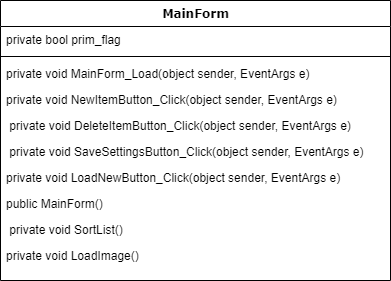
The draw.io diagram Images/System design/Class.png in brigada-popov-syomin-bogdanova/trtpo_lab, before a commit. Source tidied: cells renumbered, new cells last; positions are measured from the earlier drawing's top-left corner, leaving out a move shared by most shapes. Source of this version:
```xml
<mxGraphModel background="#ffffff">
  <root>
    <mxCell id="0" />
    <mxCell id="1" parent="0" />
    <mxCell id="2" value="MainForm" style="swimlane;html=1;fontStyle=1;align=center;verticalAlign=top;horizontal=1;startSize=26;swimlaneFillColor=#ffffff;rounded=0;shadow=0;comic=0;labelBackgroundColor=none;strokeWidth=1;fillColor=none;fontFamily=Verdana;fontSize=12;" parent="1" vertex="1">
      <mxGeometry width="390" height="280" as="geometry" />
    </mxCell>
    <mxCell id="3" value="private bool prim_flag" style="text;html=1;strokeColor=none;fillColor=none;align=left;verticalAlign=top;spacingLeft=4;spacingRight=4;whiteSpace=wrap;overflow=hidden;" parent="2" vertex="1">
      <mxGeometry y="26" width="390" height="26" as="geometry" />
    </mxCell>
    <mxCell id="4" style="line;html=1;strokeWidth=1;fillColor=none;align=left;verticalAlign=middle;spacingTop=-1;spacingLeft=3;spacingRight=3;labelPosition=right;" parent="2" vertex="1">
      <mxGeometry y="52" width="390" height="8" as="geometry" />
    </mxCell>
    <mxCell id="5" value="private void MainForm_Load(object sender, EventArgs e)" style="text;html=1;strokeColor=none;fillColor=none;align=left;verticalAlign=top;spacingLeft=4;spacingRight=4;whiteSpace=wrap;overflow=hidden;" parent="2" vertex="1">
      <mxGeometry y="60" width="390" height="26" as="geometry" />
    </mxCell>
    <mxCell id="6" value="private void NewItemButton_Click(object sender, EventArgs e)" style="text;html=1;strokeColor=none;fillColor=none;align=left;verticalAlign=top;spacingLeft=4;spacingRight=4;whiteSpace=wrap;overflow=hidden;" parent="2" vertex="1">
      <mxGeometry y="86" width="390" height="26" as="geometry" />
    </mxCell>
    <mxCell id="7" value="&amp;nbsp;private void DeleteItemButton_Click(object sender, EventArgs e)" style="text;html=1;strokeColor=none;fillColor=none;align=left;verticalAlign=top;spacingLeft=4;spacingRight=4;whiteSpace=wrap;overflow=hidden;" parent="2" vertex="1">
      <mxGeometry y="112" width="390" height="26" as="geometry" />
    </mxCell>
    <mxCell id="8" value="&amp;nbsp;private void SaveSettingsButton_Click(object sender, EventArgs e)" style="text;html=1;strokeColor=none;fillColor=none;align=left;verticalAlign=top;spacingLeft=4;spacingRight=4;whiteSpace=wrap;overflow=hidden;" parent="2" vertex="1">
      <mxGeometry y="138" width="390" height="26" as="geometry" />
    </mxCell>
    <mxCell id="9" value="private void LoadNewButton_Click(object sender, EventArgs e)" style="text;html=1;strokeColor=none;fillColor=none;align=left;verticalAlign=top;spacingLeft=4;spacingRight=4;whiteSpace=wrap;overflow=hidden;" parent="2" vertex="1">
      <mxGeometry y="164" width="390" height="26" as="geometry" />
    </mxCell>
    <mxCell id="10" value="public MainForm()" style="text;html=1;strokeColor=none;fillColor=none;align=left;verticalAlign=top;spacingLeft=4;spacingRight=4;whiteSpace=wrap;overflow=hidden;" parent="2" vertex="1">
      <mxGeometry y="190" width="390" height="26" as="geometry" />
    </mxCell>
    <mxCell id="11" value="&amp;nbsp;private void SortList()" style="text;html=1;strokeColor=none;fillColor=none;align=left;verticalAlign=top;spacingLeft=4;spacingRight=4;whiteSpace=wrap;overflow=hidden;" parent="2" vertex="1">
      <mxGeometry y="216" width="390" height="26" as="geometry" />
    </mxCell>
    <mxCell id="12" value="private void LoadImage()" style="text;html=1;strokeColor=none;fillColor=none;align=left;verticalAlign=top;spacingLeft=4;spacingRight=4;whiteSpace=wrap;overflow=hidden;" parent="2" vertex="1">
      <mxGeometry y="242" width="390" height="26" as="geometry" />
    </mxCell>
  </root>
</mxGraphModel>
```
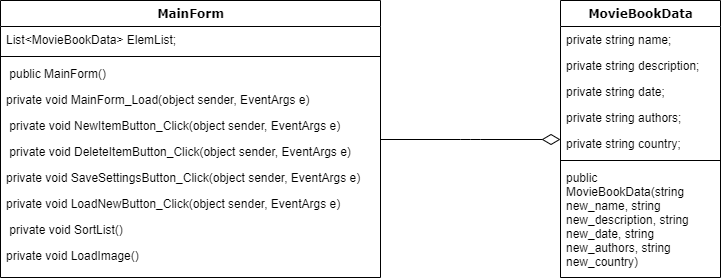
After the commit.

Commit message:
Update Class diagram

The edit, as a diff of the source:
```diff
@@ -3,37 +3,64 @@
     <mxCell id="0" />
     <mxCell id="1" parent="0" />
     <mxCell id="2" value="MainForm" style="swimlane;html=1;fontStyle=1;align=center;verticalAlign=top;horizontal=1;startSize=26;swimlaneFillColor=#ffffff;rounded=0;shadow=0;comic=0;labelBackgroundColor=none;strokeWidth=1;fillColor=none;fontFamily=Verdana;fontSize=12;" parent="1" vertex="1">
-      <mxGeometry width="390" height="280" as="geometry" />
+      <mxGeometry width="380" height="277" as="geometry" />
     </mxCell>
-    <mxCell id="3" value="private bool prim_flag" style="text;html=1;strokeColor=none;fillColor=none;align=left;verticalAlign=top;spacingLeft=4;spacingRight=4;whiteSpace=wrap;overflow=hidden;" parent="2" vertex="1">
-      <mxGeometry y="26" width="390" height="26" as="geometry" />
-    </mxCell>
+    <mxCell id="13" value="List&amp;lt;MovieBookData&amp;gt; ElemList;" style="text;html=1;strokeColor=none;fillColor=none;align=left;verticalAlign=top;spacingLeft=4;spacingRight=4;whiteSpace=wrap;overflow=hidden;" parent="2" vertex="1">
+      <mxGeometry y="26" width="380" height="26" as="geometry" />
+    </mxCell>
     <mxCell id="4" style="line;html=1;strokeWidth=1;fillColor=none;align=left;verticalAlign=middle;spacingTop=-1;spacingLeft=3;spacingRight=3;labelPosition=right;" parent="2" vertex="1">
-      <mxGeometry y="52" width="390" height="8" as="geometry" />
+      <mxGeometry y="52" width="380" height="8" as="geometry" />
     </mxCell>
-    <mxCell id="5" value="private void MainForm_Load(object sender, EventArgs e)" style="text;html=1;strokeColor=none;fillColor=none;align=left;verticalAlign=top;spacingLeft=4;spacingRight=4;whiteSpace=wrap;overflow=hidden;" parent="2" vertex="1">
-      <mxGeometry y="60" width="390" height="26" as="geometry" />
+    <mxCell id="5" value="&amp;nbsp;public MainForm()" style="text;html=1;strokeColor=none;fillColor=none;align=left;verticalAlign=top;spacingLeft=4;spacingRight=4;whiteSpace=wrap;overflow=hidden;" parent="2" vertex="1">
+      <mxGeometry y="60" width="380" height="26" as="geometry" />
     </mxCell>
-    <mxCell id="6" value="private void NewItemButton_Click(object sender, EventArgs e)" style="text;html=1;strokeColor=none;fillColor=none;align=left;verticalAlign=top;spacingLeft=4;spacingRight=4;whiteSpace=wrap;overflow=hidden;" parent="2" vertex="1">
-      <mxGeometry y="86" width="390" height="26" as="geometry" />
+    <mxCell id="6" value="private void MainForm_Load(object sender, EventArgs e)" style="text;html=1;strokeColor=none;fillColor=none;align=left;verticalAlign=top;spacingLeft=4;spacingRight=4;whiteSpace=wrap;overflow=hidden;" parent="2" vertex="1">
+      <mxGeometry y="86" width="380" height="26" as="geometry" />
     </mxCell>
+    <mxCell id="14" value="&amp;nbsp;private void NewItemButton_Click(object sender, EventArgs e)" style="text;html=1;strokeColor=none;fillColor=none;align=left;verticalAlign=top;spacingLeft=4;spacingRight=4;whiteSpace=wrap;overflow=hidden;" parent="2" vertex="1">
+      <mxGeometry y="112" width="380" height="26" as="geometry" />
+    </mxCell>
     <mxCell id="7" value="&amp;nbsp;private void DeleteItemButton_Click(object sender, EventArgs e)" style="text;html=1;strokeColor=none;fillColor=none;align=left;verticalAlign=top;spacingLeft=4;spacingRight=4;whiteSpace=wrap;overflow=hidden;" parent="2" vertex="1">
-      <mxGeometry y="112" width="390" height="26" as="geometry" />
+      <mxGeometry y="138" width="380" height="26" as="geometry" />
     </mxCell>
-    <mxCell id="8" value="&amp;nbsp;private void SaveSettingsButton_Click(object sender, EventArgs e)" style="text;html=1;strokeColor=none;fillColor=none;align=left;verticalAlign=top;spacingLeft=4;spacingRight=4;whiteSpace=wrap;overflow=hidden;" parent="2" vertex="1">
-      <mxGeometry y="138" width="390" height="26" as="geometry" />
+    <mxCell id="8" value="private void SaveSettingsButton_Click(object sender, EventArgs e)" style="text;html=1;strokeColor=none;fillColor=none;align=left;verticalAlign=top;spacingLeft=4;spacingRight=4;whiteSpace=wrap;overflow=hidden;" parent="2" vertex="1">
+      <mxGeometry y="164" width="380" height="26" as="geometry" />
     </mxCell>
     <mxCell id="9" value="private void LoadNewButton_Click(object sender, EventArgs e)" style="text;html=1;strokeColor=none;fillColor=none;align=left;verticalAlign=top;spacingLeft=4;spacingRight=4;whiteSpace=wrap;overflow=hidden;" parent="2" vertex="1">
-      <mxGeometry y="164" width="390" height="26" as="geometry" />
+      <mxGeometry y="190" width="380" height="26" as="geometry" />
     </mxCell>
-    <mxCell id="10" value="public MainForm()" style="text;html=1;strokeColor=none;fillColor=none;align=left;verticalAlign=top;spacingLeft=4;spacingRight=4;whiteSpace=wrap;overflow=hidden;" parent="2" vertex="1">
-      <mxGeometry y="190" width="390" height="26" as="geometry" />
-    </mxCell>
     <mxCell id="11" value="&amp;nbsp;private void SortList()" style="text;html=1;strokeColor=none;fillColor=none;align=left;verticalAlign=top;spacingLeft=4;spacingRight=4;whiteSpace=wrap;overflow=hidden;" parent="2" vertex="1">
-      <mxGeometry y="216" width="390" height="26" as="geometry" />
+      <mxGeometry y="216" width="380" height="26" as="geometry" />
     </mxCell>
     <mxCell id="12" value="private void LoadImage()" style="text;html=1;strokeColor=none;fillColor=none;align=left;verticalAlign=top;spacingLeft=4;spacingRight=4;whiteSpace=wrap;overflow=hidden;" parent="2" vertex="1">
-      <mxGeometry y="242" width="390" height="26" as="geometry" />
+      <mxGeometry y="242" width="380" height="26" as="geometry" />
     </mxCell>
+    <mxCell id="15" value="MovieBookData" style="swimlane;html=1;fontStyle=1;align=center;verticalAlign=top;horizontal=1;startSize=26;swimlaneFillColor=#ffffff;rounded=0;shadow=0;comic=0;labelBackgroundColor=none;strokeWidth=1;fillColor=none;fontFamily=Verdana;fontSize=12;" parent="1" vertex="1">
+      <mxGeometry x="560" width="160" height="277" as="geometry" />
+    </mxCell>
+    <mxCell id="16" value="private string name;" style="text;html=1;strokeColor=none;fillColor=none;align=left;verticalAlign=top;spacingLeft=4;spacingRight=4;whiteSpace=wrap;overflow=hidden;" parent="15" vertex="1">
+      <mxGeometry y="26" width="160" height="26" as="geometry" />
+    </mxCell>
+    <mxCell id="17" value="private string description;" style="text;html=1;strokeColor=none;fillColor=none;align=left;verticalAlign=top;spacingLeft=4;spacingRight=4;whiteSpace=wrap;overflow=hidden;" parent="15" vertex="1">
+      <mxGeometry y="52" width="160" height="26" as="geometry" />
+    </mxCell>
+    <mxCell id="18" value="private string date;" style="text;html=1;strokeColor=none;fillColor=none;align=left;verticalAlign=top;spacingLeft=4;spacingRight=4;whiteSpace=wrap;overflow=hidden;" parent="15" vertex="1">
+      <mxGeometry y="78" width="160" height="26" as="geometry" />
+    </mxCell>
+    <mxCell id="19" value="private string authors;" style="text;html=1;strokeColor=none;fillColor=none;align=left;verticalAlign=top;spacingLeft=4;spacingRight=4;whiteSpace=wrap;overflow=hidden;" parent="15" vertex="1">
+      <mxGeometry y="104" width="160" height="26" as="geometry" />
+    </mxCell>
+    <mxCell id="20" value="&lt;div&gt;private string country;&lt;/div&gt;&lt;div&gt;&amp;nbsp; &amp;nbsp; &amp;nbsp; &amp;nbsp;&amp;nbsp;&lt;/div&gt;" style="text;html=1;strokeColor=none;fillColor=none;align=left;verticalAlign=top;spacingLeft=4;spacingRight=4;whiteSpace=wrap;overflow=hidden;" parent="15" vertex="1">
+      <mxGeometry y="130" width="160" height="26" as="geometry" />
+    </mxCell>
+    <mxCell id="21" style="line;html=1;strokeWidth=1;fillColor=none;align=left;verticalAlign=middle;spacingTop=-1;spacingLeft=3;spacingRight=3;labelPosition=right;" parent="15" vertex="1">
+      <mxGeometry y="156" width="160" height="8" as="geometry" />
+    </mxCell>
+    <mxCell id="22" value="public MovieBookData(string new_name, string new_description, string new_date, string new_authors, string new_country)&amp;nbsp;" style="text;html=1;strokeColor=none;fillColor=none;align=left;verticalAlign=top;spacingLeft=4;spacingRight=4;whiteSpace=wrap;overflow=hidden;" parent="15" vertex="1">
+      <mxGeometry y="164" width="160" height="106" as="geometry" />
+    </mxCell>
+    <mxCell id="23" style="edgeStyle=elbowEdgeStyle;html=1;labelBackgroundColor=none;startFill=0;startSize=8;endArrow=diamondThin;endFill=0;endSize=16;fontFamily=Verdana;fontSize=12;elbow=vertical;" parent="1" edge="1" source="2" target="15">
+      <mxGeometry relative="1" as="geometry" />
+    </mxCell>
   </root>
 </mxGraphModel>
```
